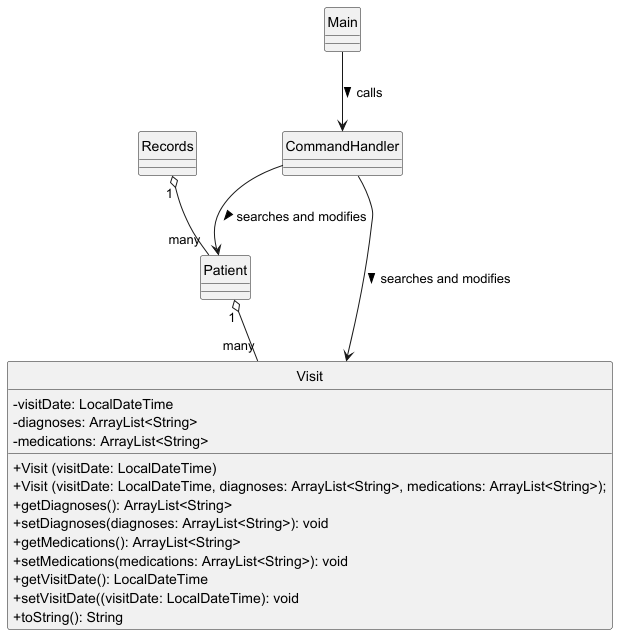
Above: docs/Visit.png in yentheng0110/tp (PlantUML), before the change.
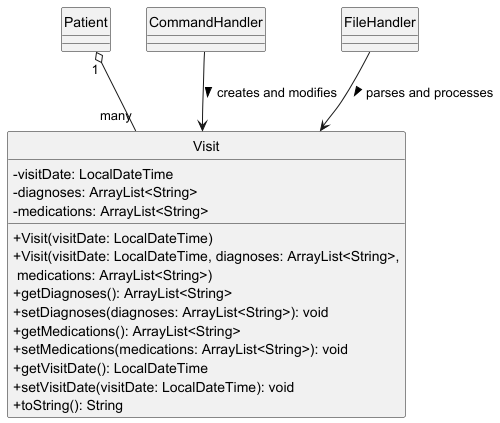
After the change.

Commit message:
update Visit Class Diagram

What changed in the source:
```diff
@@ -3,31 +3,32 @@
 hide circle
 
 class Visit {
--visitDate: LocalDateTime
--diagnoses: ArrayList<String>
--medications: ArrayList<String>
-+Visit (visitDate: LocalDateTime)
-+Visit (visitDate: LocalDateTime, diagnoses: ArrayList<String>, medications: ArrayList<String>);
-+getDiagnoses(): ArrayList<String>
-+setDiagnoses(diagnoses: ArrayList<String>): void
-+getMedications(): ArrayList<String>
-+setMedications(medications: ArrayList<String>): void
-+getVisitDate(): LocalDateTime
-+setVisitDate((visitDate: LocalDateTime): void
-+toString(): String
+    -visitDate: LocalDateTime
+    -diagnoses: ArrayList<String>
+    -medications: ArrayList<String>
+    +Visit(visitDate: LocalDateTime)
+    +Visit(visitDate: LocalDateTime, diagnoses: ArrayList<String>,\n medications: ArrayList<String>)
+    +getDiagnoses(): ArrayList<String>
+    +setDiagnoses(diagnoses: ArrayList<String>): void
+    +getMedications(): ArrayList<String>
+    +setMedications(medications: ArrayList<String>): void
+    +getVisitDate(): LocalDateTime
+    +setVisitDate(visitDate: LocalDateTime): void
+    +toString(): String
 }
 
-class Patient {}
-class Visit {}
-class Main {}
-class Records {}
-class CommandHandler {}
+class Patient {
+}
+
+class CommandHandler {
+}
+
+class FileHandler {
+}
+
+Patient "1" o-- "many" Visit
+CommandHandler --> Visit : creates and modifies >
+FileHandler --> Visit : parses and processes >
 
 
-Main --> CommandHandler : calls >
-CommandHandler --> Patient : searches and modifies >
-CommandHandler --> Visit : searches and modifies >
-Records "1" o-- "many" Patient
-Patient "1" o-- "many" Visit
-
 @enduml
```
